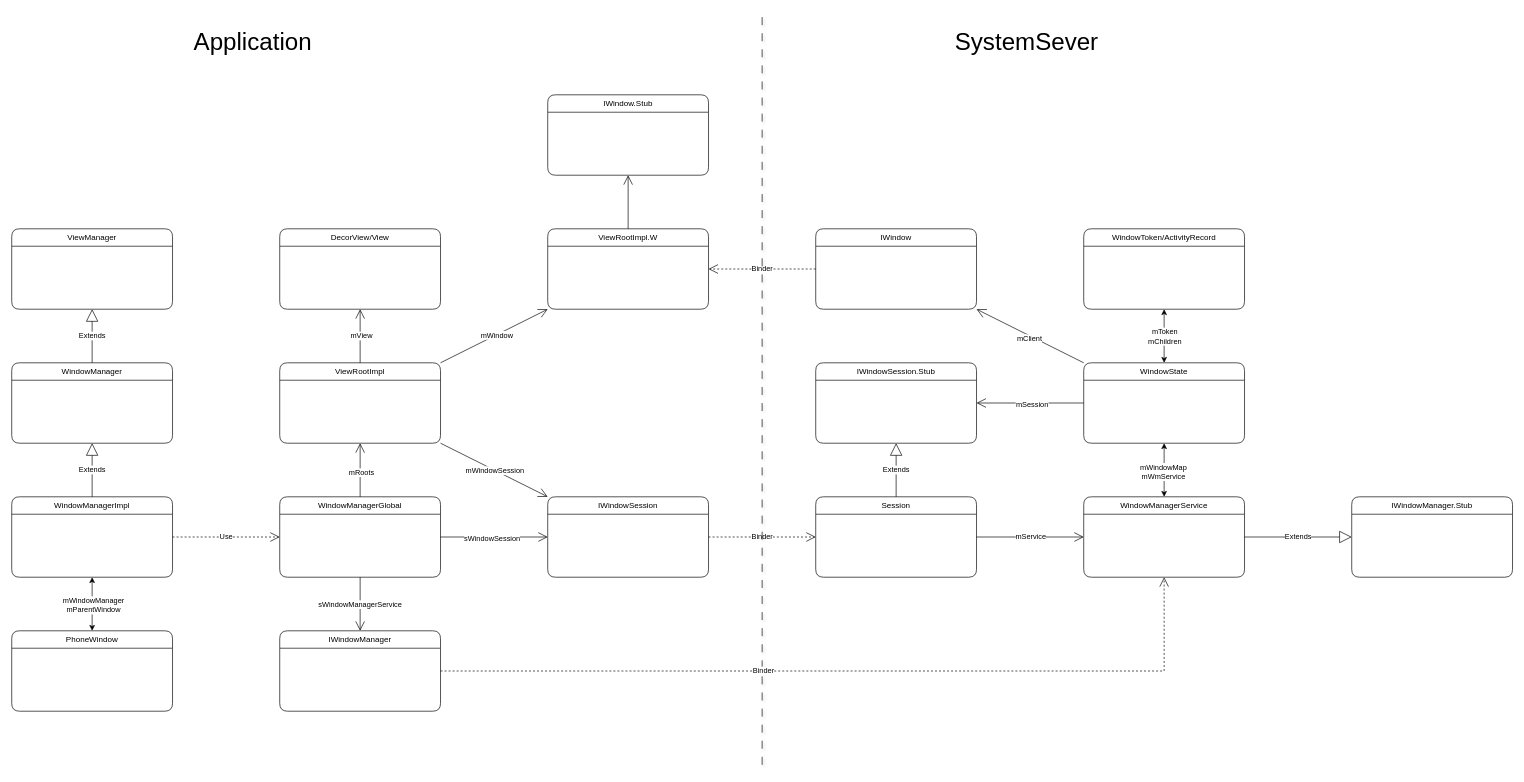
Before: page "Class" (4 of 5) of WMS.drawio in Kaling1203/Diagram, a draw.io diagram. Source tidied: cells renumbered, new cells numbered last; positions are measured from the earlier drawing's top-left corner, leaving out a move shared by most shapes. Both pictures are drawn from the tidied source at 67%, with x=0, y=0 at pixel (11, 14).
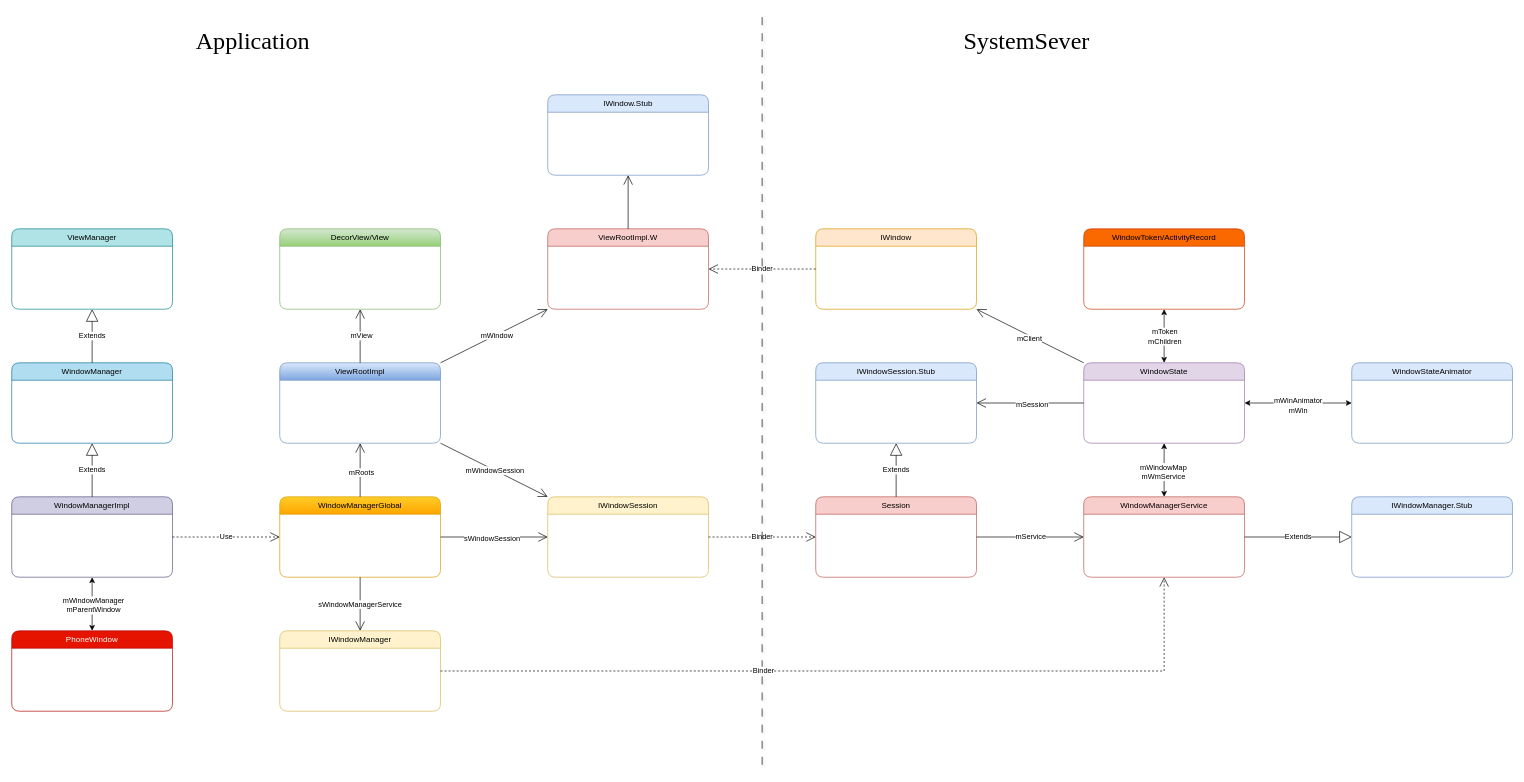
The same diagram, later.

Change to the diagram source:
```diff
@@
-    <mxCell id="2" value="WindowManager" style="swimlane;fontStyle=0;horizontal=1;startSize=26;fillColor=none;whiteSpace=wrap;html=1;rounded=1;" parent="1" vertex="1">
+    <mxCell id="2" value="WindowManager" style="swimlane;fontStyle=0;horizontal=1;startSize=26;fillColor=#b1ddf0;whiteSpace=wrap;html=1;rounded=1;strokeColor=#10739e;" parent="1" vertex="1">
       <mxGeometry y="520" width="240" height="120" as="geometry" />
     </mxCell>
-    <mxCell id="3" value="ViewManager" style="swimlane;fontStyle=0;horizontal=1;startSize=26;fillColor=none;whiteSpace=wrap;html=1;rounded=1;" parent="1" vertex="1">
+    <mxCell id="3" value="ViewManager" style="swimlane;fontStyle=0;horizontal=1;startSize=26;fillColor=#b0e3e6;whiteSpace=wrap;html=1;rounded=1;strokeColor=#0e8088;" parent="1" vertex="1">
       <mxGeometry y="320" width="240" height="120" as="geometry" />
     </mxCell>
@@
-    <mxCell id="5" value="PhoneWindow" style="swimlane;fontStyle=0;horizontal=1;startSize=26;fillColor=none;whiteSpace=wrap;html=1;rounded=1;" parent="1" vertex="1">
+    <mxCell id="5" value="PhoneWindow" style="swimlane;fontStyle=0;horizontal=1;startSize=26;fillColor=#e51400;whiteSpace=wrap;html=1;rounded=1;fontColor=#ffffff;strokeColor=#B20000;" parent="1" vertex="1">
       <mxGeometry y="920" width="240" height="120" as="geometry" />
     </mxCell>
-    <mxCell id="6" value="WindowManagerImpl" style="swimlane;fontStyle=0;horizontal=1;startSize=26;fillColor=none;whiteSpace=wrap;html=1;rounded=1;" parent="1" vertex="1">
+    <mxCell id="6" value="WindowManagerImpl" style="swimlane;fontStyle=0;horizontal=1;startSize=26;fillColor=#d0cee2;whiteSpace=wrap;html=1;rounded=1;strokeColor=#56517e;" parent="1" vertex="1">
       <mxGeometry y="720" width="240" height="120" as="geometry" />
     </mxCell>
@@
-    <mxCell id="8" value="WindowManagerGlobal" style="swimlane;fontStyle=0;horizontal=1;startSize=26;fillColor=none;whiteSpace=wrap;html=1;rounded=1;" parent="1" vertex="1">
+    <mxCell id="8" value="WindowManagerGlobal" style="swimlane;fontStyle=0;horizontal=1;startSize=26;fillColor=#ffcd28;whiteSpace=wrap;html=1;rounded=1;gradientColor=#ffa500;strokeColor=#d79b00;" parent="1" vertex="1">
       <mxGeometry x="400" y="720" width="240" height="120" as="geometry" />
     </mxCell>
-    <mxCell id="9" value="ViewRootImpl" style="swimlane;fontStyle=0;horizontal=1;startSize=26;fillColor=none;whiteSpace=wrap;html=1;rounded=1;" parent="1" vertex="1">
+    <mxCell id="9" value="ViewRootImpl" style="swimlane;fontStyle=0;horizontal=1;startSize=26;fillColor=#dae8fc;whiteSpace=wrap;html=1;rounded=1;gradientColor=#7ea6e0;strokeColor=#6c8ebf;" parent="1" vertex="1">
       <mxGeometry x="400" y="520" width="240" height="120" as="geometry" />
     </mxCell>
@@
-    <mxCell id="11" value="IWindowSession" style="swimlane;fontStyle=0;horizontal=1;startSize=26;fillColor=none;whiteSpace=wrap;html=1;rounded=1;" parent="1" vertex="1">
+    <mxCell id="11" value="IWindowSession" style="swimlane;fontStyle=0;horizontal=1;startSize=26;fillColor=#fff2cc;whiteSpace=wrap;html=1;rounded=1;strokeColor=#d6b656;" parent="1" vertex="1">
       <mxGeometry x="800" y="720" width="240" height="120" as="geometry" />
     </mxCell>
@@
-    <mxCell id="18" value="DecorView/View" style="swimlane;fontStyle=0;horizontal=1;startSize=26;fillColor=none;whiteSpace=wrap;html=1;rounded=1;" parent="1" vertex="1">
+    <mxCell id="18" value="DecorView/View" style="swimlane;fontStyle=0;horizontal=1;startSize=26;fillColor=#d5e8d4;whiteSpace=wrap;html=1;rounded=1;gradientColor=#97d077;strokeColor=#82b366;" parent="1" vertex="1">
       <mxGeometry x="400" y="320" width="240" height="120" as="geometry" />
     </mxCell>
@@
-    <mxCell id="21" value="ViewRootImpl.W" style="swimlane;fontStyle=0;horizontal=1;startSize=26;fillColor=none;whiteSpace=wrap;html=1;rounded=1;" parent="1" vertex="1">
+    <mxCell id="21" value="ViewRootImpl.W" style="swimlane;fontStyle=0;horizontal=1;startSize=26;fillColor=#f8cecc;whiteSpace=wrap;html=1;rounded=1;strokeColor=#b85450;" parent="1" vertex="1">
       <mxGeometry x="800" y="320" width="240" height="120" as="geometry" />
     </mxCell>
@@
-    <mxCell id="24" value="IWindow.Stub" style="swimlane;fontStyle=0;horizontal=1;startSize=26;fillColor=none;whiteSpace=wrap;html=1;rounded=1;" parent="1" vertex="1">
+    <mxCell id="24" value="IWindow.Stub" style="swimlane;fontStyle=0;horizontal=1;startSize=26;fillColor=#dae8fc;whiteSpace=wrap;html=1;rounded=1;strokeColor=#6c8ebf;" parent="1" vertex="1">
       <mxGeometry x="800" y="120" width="240" height="120" as="geometry" />
     </mxCell>
@@
-    <mxCell id="26" value="Session" style="swimlane;fontStyle=0;horizontal=1;startSize=26;fillColor=none;whiteSpace=wrap;html=1;rounded=1;" parent="1" vertex="1">
+    <mxCell id="26" value="Session" style="swimlane;fontStyle=0;horizontal=1;startSize=26;fillColor=#f8cecc;whiteSpace=wrap;html=1;rounded=1;strokeColor=#b85450;" parent="1" vertex="1">
       <mxGeometry x="1200" y="720" width="240" height="120" as="geometry" />
     </mxCell>
-    <mxCell id="27" value="IWindowSession.Stub" style="swimlane;fontStyle=0;horizontal=1;startSize=26;fillColor=none;whiteSpace=wrap;html=1;rounded=1;" parent="1" vertex="1">
+    <mxCell id="27" value="IWindowSession.Stub" style="swimlane;fontStyle=0;horizontal=1;startSize=26;fillColor=#dae8fc;whiteSpace=wrap;html=1;rounded=1;strokeColor=#6c8ebf;" parent="1" vertex="1">
       <mxGeometry x="1200" y="520" width="240" height="120" as="geometry" />
     </mxCell>
@@
-    <mxCell id="30" value="IWindow" style="swimlane;fontStyle=0;horizontal=1;startSize=26;fillColor=none;whiteSpace=wrap;html=1;rounded=1;" parent="1" vertex="1">
+    <mxCell id="30" value="IWindow" style="swimlane;fontStyle=0;horizontal=1;startSize=26;fillColor=#ffe6cc;whiteSpace=wrap;html=1;rounded=1;strokeColor=#d79b00;" parent="1" vertex="1">
       <mxGeometry x="1200" y="320" width="240" height="120" as="geometry" />
     </mxCell>
@@
-    <mxCell id="32" value="WindowManagerService" style="swimlane;fontStyle=0;horizontal=1;startSize=26;fillColor=none;whiteSpace=wrap;html=1;rounded=1;" parent="1" vertex="1">
+    <mxCell id="32" value="WindowManagerService" style="swimlane;fontStyle=0;horizontal=1;startSize=26;fillColor=#f8cecc;whiteSpace=wrap;html=1;rounded=1;strokeColor=#b85450;" parent="1" vertex="1">
       <mxGeometry x="1600" y="720" width="240" height="120" as="geometry" />
     </mxCell>
@@
-    <mxCell id="37" value="WindowState" style="swimlane;fontStyle=0;horizontal=1;startSize=26;fillColor=none;whiteSpace=wrap;html=1;rounded=1;" parent="1" vertex="1">
+    <mxCell id="37" value="WindowState" style="swimlane;fontStyle=0;horizontal=1;startSize=26;fillColor=#e1d5e7;whiteSpace=wrap;html=1;rounded=1;strokeColor=#9673a6;" parent="1" vertex="1">
       <mxGeometry x="1600" y="520" width="240" height="120" as="geometry" />
     </mxCell>
@@
-    <mxCell id="44" value="WindowToken/ActivityRecord" style="swimlane;fontStyle=0;horizontal=1;startSize=26;fillColor=none;whiteSpace=wrap;html=1;rounded=1;" parent="1" vertex="1">
+    <mxCell id="44" value="WindowToken/ActivityRecord" style="swimlane;fontStyle=0;horizontal=1;startSize=26;fillColor=#fa6800;whiteSpace=wrap;html=1;rounded=1;fontColor=#000000;strokeColor=#C73500;" parent="1" vertex="1">
       <mxGeometry x="1600" y="320" width="240" height="120" as="geometry" />
     </mxCell>
@@
-    <mxCell id="46" value="&lt;font style=&quot;font-size: 36px;&quot;&gt;Application&lt;/font&gt;" style="text;html=1;align=center;verticalAlign=middle;whiteSpace=wrap;rounded=0;" parent="1" vertex="1">
+    <mxCell id="46" value="&lt;font face=&quot;Times New Roman&quot; style=&quot;font-size: 36px;&quot;&gt;Application&lt;/font&gt;" style="text;html=1;align=center;verticalAlign=middle;whiteSpace=wrap;rounded=0;" parent="1" vertex="1">
       <mxGeometry x="240" width="240" height="80" as="geometry" />
     </mxCell>
-    <mxCell id="47" value="&lt;font style=&quot;font-size: 36px;&quot;&gt;SystemSever&lt;/font&gt;" style="text;html=1;align=center;verticalAlign=middle;whiteSpace=wrap;rounded=0;" parent="1" vertex="1">
+    <mxCell id="47" value="&lt;font face=&quot;Times New Roman&quot; style=&quot;font-size: 36px;&quot;&gt;SystemSever&lt;/font&gt;" style="text;html=1;align=center;verticalAlign=middle;whiteSpace=wrap;rounded=0;" parent="1" vertex="1">
       <mxGeometry x="1395" width="240" height="80" as="geometry" />
     </mxCell>
@@
-    <mxCell id="50" value="IWindowManager" style="swimlane;fontStyle=0;horizontal=1;startSize=26;fillColor=none;whiteSpace=wrap;html=1;rounded=1;" parent="1" vertex="1">
+    <mxCell id="50" value="IWindowManager" style="swimlane;fontStyle=0;horizontal=1;startSize=26;fillColor=#fff2cc;whiteSpace=wrap;html=1;rounded=1;strokeColor=#d6b656;" parent="1" vertex="1">
       <mxGeometry x="400" y="920" width="240" height="120" as="geometry" />
     </mxCell>
@@
-    <mxCell id="54" value="IWindowManager.Stub" style="swimlane;fontStyle=0;horizontal=1;startSize=26;fillColor=none;whiteSpace=wrap;html=1;rounded=1;" parent="1" vertex="1">
+    <mxCell id="54" value="IWindowManager.Stub" style="swimlane;fontStyle=0;horizontal=1;startSize=26;fillColor=#dae8fc;whiteSpace=wrap;html=1;rounded=1;strokeColor=#6c8ebf;" parent="1" vertex="1">
       <mxGeometry x="2000" y="720" width="240" height="120" as="geometry" />
     </mxCell>
@@
+    <mxCell id="56" value="WindowStateAnimator" style="swimlane;fontStyle=0;horizontal=1;startSize=26;fillColor=#dae8fc;whiteSpace=wrap;html=1;rounded=1;strokeColor=#6c8ebf;" parent="1" vertex="1">
+      <mxGeometry x="2000" y="520" width="240" height="120" as="geometry" />
+    </mxCell>
+    <mxCell id="57" style="endArrow=classic;startArrow=classic;html=1;rounded=0;" parent="1" edge="1" source="37" target="56">
+      <mxGeometry relative="1" as="geometry" />
+    </mxCell>
+    <mxCell id="58" value="&lt;div&gt;mWinAnimator&lt;/div&gt;&lt;div&gt;mWin&lt;/div&gt;" style="edgeLabel;html=1;align=center;verticalAlign=middle;" parent="57" vertex="1">
+      <mxGeometry x="-0.01" y="-3" relative="1" as="geometry" />
+    </mxCell>
```
